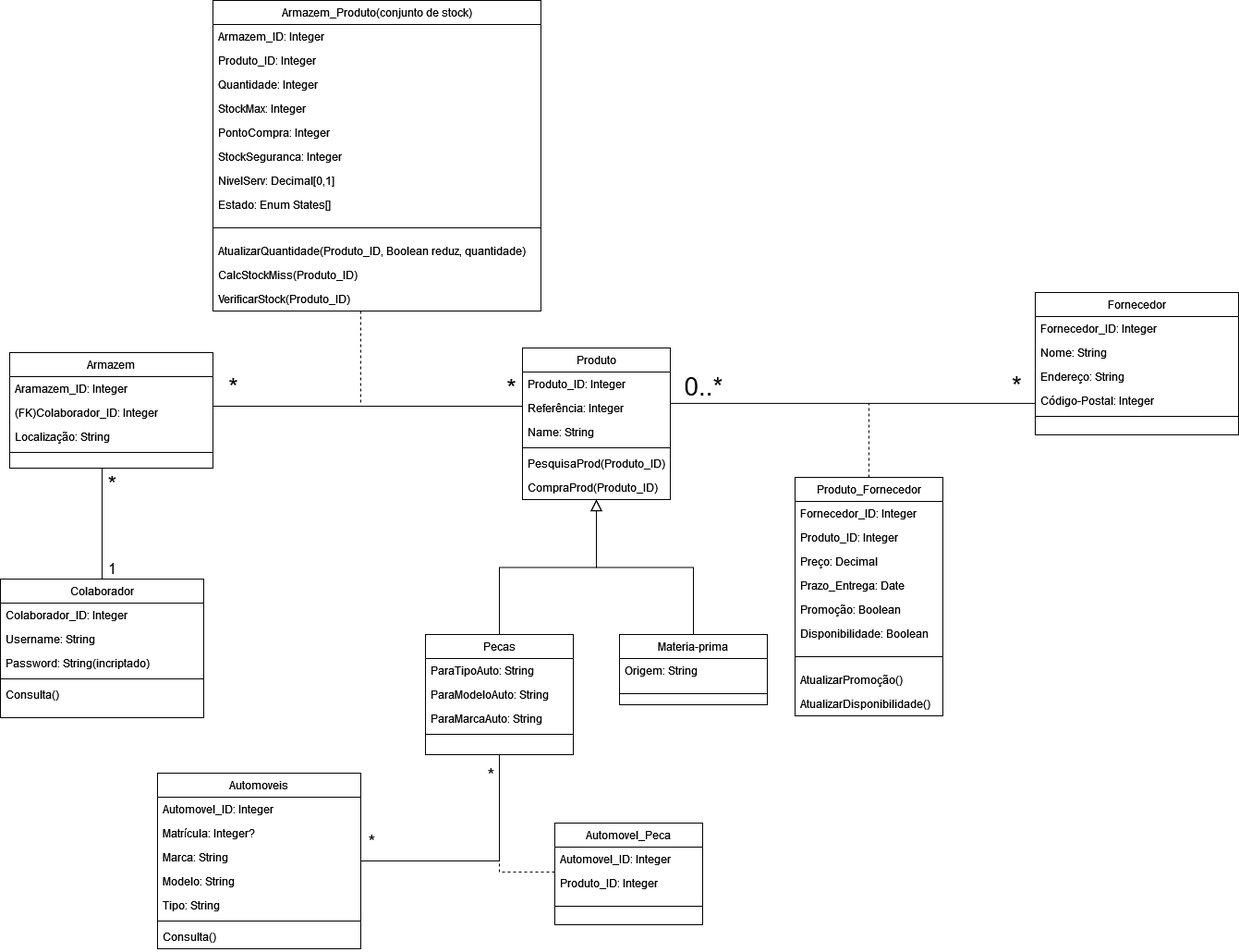
This is wwwroot/documents/Grupo2/RicardoAndrade/DiagramaClasse_CompraFornecedor_RicardoAndrade_1705258.png from noellopes/CarManufactoring, a draw.io export, as it was before one commit. Source tidied: cells renumbered, new cells last; positions are measured from the earlier drawing's top-left corner, leaving out a move shared by most shapes.
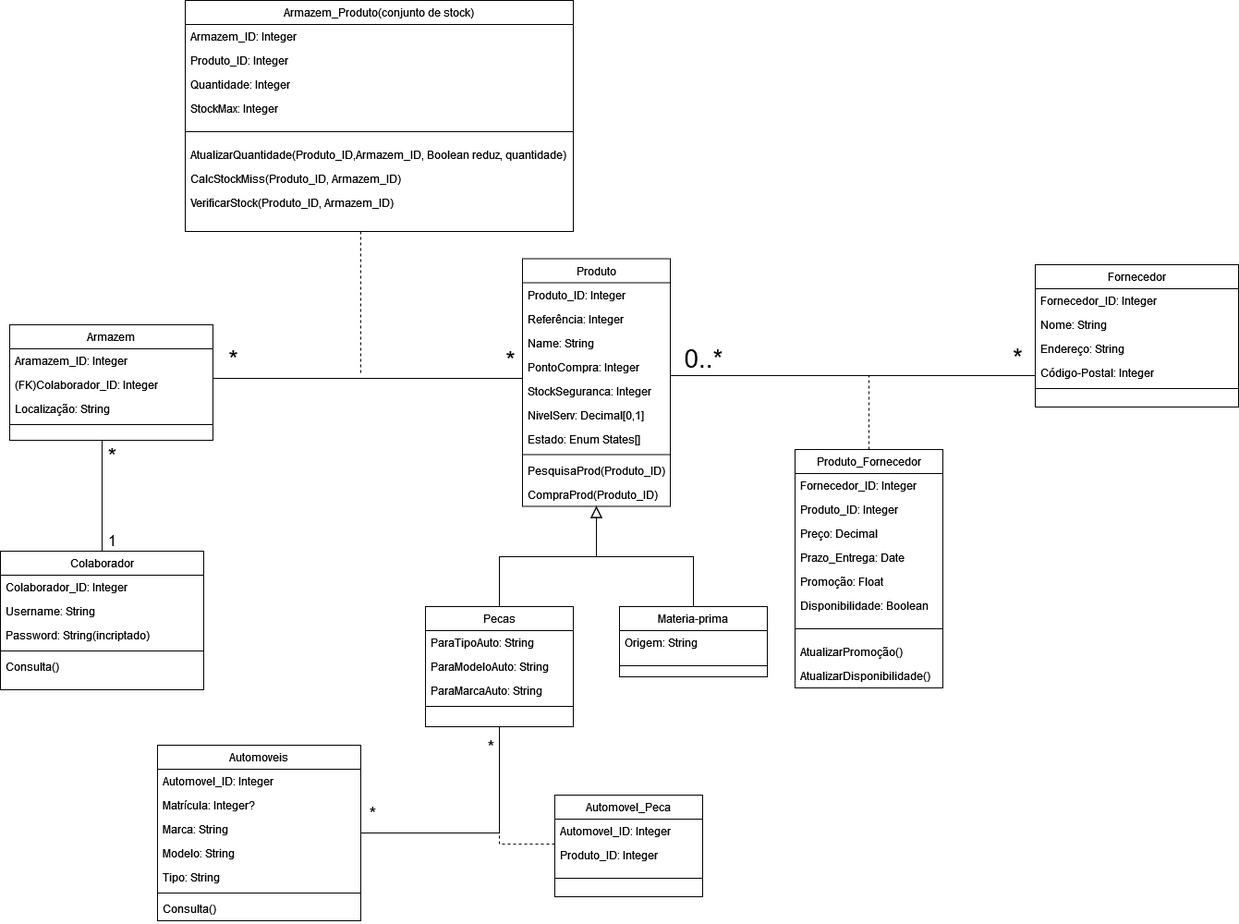
After the commit.

Commit message:
Updated Images with changes made in software engineering

What changed in the source:
```diff
@@ -3,7 +3,7 @@
     <mxCell id="0" />
     <mxCell id="1" parent="0" />
     <mxCell id="2" value="Produto" style="swimlane;fontStyle=0;align=center;verticalAlign=top;horizontal=1;startSize=26;rounded=0;shadow=0;strokeWidth=1;" parent="1" vertex="1">
-      <mxGeometry x="565" y="376" width="160" height="164" as="geometry" />
+      <mxGeometry x="565" y="309.5" width="160" height="268" as="geometry" />
     </mxCell>
     <mxCell id="3" value="Produto_ID: Integer" style="text;align=left;verticalAlign=top;spacingLeft=4;spacingRight=4;overflow=hidden;rounded=0;shadow=0;html=0;" parent="2" vertex="1">
       <mxGeometry y="26" width="160" height="26" as="geometry" />
@@ -14,14 +14,26 @@
     <mxCell id="5" value="Name: String" style="text;align=left;verticalAlign=top;spacingLeft=4;spacingRight=4;overflow=hidden;" parent="2" vertex="1">
       <mxGeometry y="78" width="160" height="26" as="geometry" />
     </mxCell>
+    <mxCell id="53" value="PontoCompra: Integer" style="text;align=left;verticalAlign=top;spacingLeft=4;spacingRight=4;overflow=hidden;" parent="2" vertex="1">
+      <mxGeometry y="104" width="160" height="26" as="geometry" />
+    </mxCell>
+    <mxCell id="54" value="StockSeguranca: Integer" style="text;align=left;verticalAlign=top;spacingLeft=4;spacingRight=4;overflow=hidden;" parent="2" vertex="1">
+      <mxGeometry y="130" width="160" height="26" as="geometry" />
+    </mxCell>
+    <mxCell id="55" value="NivelServ: Decimal[0,1]" style="text;align=left;verticalAlign=top;spacingLeft=4;spacingRight=4;overflow=hidden;" parent="2" vertex="1">
+      <mxGeometry y="156" width="160" height="26" as="geometry" />
+    </mxCell>
+    <mxCell id="56" value="Estado: Enum States[]" style="text;align=left;verticalAlign=top;spacingLeft=4;spacingRight=4;overflow=hidden;" parent="2" vertex="1">
+      <mxGeometry y="182" width="160" height="26" as="geometry" />
+    </mxCell>
     <mxCell id="6" style="line;html=1;strokeWidth=1;align=left;verticalAlign=middle;spacingTop=-1;spacingLeft=3;spacingRight=3;labelPosition=right;" parent="2" vertex="1">
-      <mxGeometry y="104" width="160" height="8" as="geometry" />
+      <mxGeometry y="208" width="160" height="8" as="geometry" />
     </mxCell>
     <mxCell id="7" value="PesquisaProd(Produto_ID)" style="text;align=left;verticalAlign=top;spacingLeft=4;spacingRight=4;overflow=hidden;" parent="2" vertex="1">
-      <mxGeometry y="112" width="160" height="26" as="geometry" />
+      <mxGeometry y="216" width="160" height="26" as="geometry" />
     </mxCell>
     <mxCell id="8" value="CompraProd(Produto_ID)" style="text;align=left;verticalAlign=top;spacingLeft=4;spacingRight=4;overflow=hidden;" parent="2" vertex="1">
-      <mxGeometry y="138" width="160" height="26" as="geometry" />
+      <mxGeometry y="242" width="160" height="26" as="geometry" />
     </mxCell>
     <mxCell id="9" value="Pecas" style="swimlane;fontStyle=0;align=center;verticalAlign=top;horizontal=1;startSize=26;rounded=0;shadow=0;strokeWidth=1;" parent="1" vertex="1">
       <mxGeometry x="460" y="686" width="160" height="130" as="geometry" />
@@ -104,7 +116,7 @@
     <mxCell id="32" value="Prazo_Entrega: Date" style="text;align=left;verticalAlign=top;spacingLeft=4;spacingRight=4;overflow=hidden;" parent="28" vertex="1">
       <mxGeometry y="104" width="160" height="26" as="geometry" />
     </mxCell>
-    <mxCell id="33" value="Promoção: Boolean" style="text;align=left;verticalAlign=top;spacingLeft=4;spacingRight=4;overflow=hidden;" parent="28" vertex="1">
+    <mxCell id="33" value="Promoção: Float" style="text;align=left;verticalAlign=top;spacingLeft=4;spacingRight=4;overflow=hidden;" parent="28" vertex="1">
       <mxGeometry y="130" width="160" height="26" as="geometry" />
     </mxCell>
     <mxCell id="34" value="Disponibilidade: Boolean" style="text;align=left;verticalAlign=top;spacingLeft=4;spacingRight=4;overflow=hidden;" parent="28" vertex="1">
@@ -167,43 +179,31 @@
       </mxGeometry>
     </mxCell>
     <mxCell id="48" value="Armazem_Produto(conjunto de stock)" style="swimlane;fontStyle=0;align=center;verticalAlign=top;horizontal=1;startSize=26;rounded=0;shadow=0;strokeWidth=1;" parent="1" vertex="1">
-      <mxGeometry x="230" width="355" height="336" as="geometry" />
+      <mxGeometry x="200" y="30" width="420" height="250" as="geometry" />
     </mxCell>
     <mxCell id="49" value="Armazem_ID: Integer" style="text;align=left;verticalAlign=top;spacingLeft=4;spacingRight=4;overflow=hidden;rounded=0;shadow=0;html=0;" parent="48" vertex="1">
-      <mxGeometry y="26" width="355" height="26" as="geometry" />
+      <mxGeometry y="26" width="420" height="26" as="geometry" />
     </mxCell>
     <mxCell id="50" value="Produto_ID: Integer" style="text;align=left;verticalAlign=top;spacingLeft=4;spacingRight=4;overflow=hidden;rounded=0;shadow=0;html=0;" parent="48" vertex="1">
-      <mxGeometry y="52" width="355" height="26" as="geometry" />
+      <mxGeometry y="52" width="420" height="26" as="geometry" />
     </mxCell>
     <mxCell id="51" value="Quantidade: Integer" style="text;align=left;verticalAlign=top;spacingLeft=4;spacingRight=4;overflow=hidden;" parent="48" vertex="1">
-      <mxGeometry y="78" width="355" height="26" as="geometry" />
+      <mxGeometry y="78" width="420" height="26" as="geometry" />
     </mxCell>
     <mxCell id="52" value="StockMax: Integer" style="text;align=left;verticalAlign=top;spacingLeft=4;spacingRight=4;overflow=hidden;" parent="48" vertex="1">
-      <mxGeometry y="104" width="355" height="26" as="geometry" />
+      <mxGeometry y="104" width="420" height="26" as="geometry" />
     </mxCell>
-    <mxCell id="53" value="PontoCompra: Integer" style="text;align=left;verticalAlign=top;spacingLeft=4;spacingRight=4;overflow=hidden;" parent="48" vertex="1">
-      <mxGeometry y="130" width="355" height="26" as="geometry" />
-    </mxCell>
-    <mxCell id="54" value="StockSeguranca: Integer" style="text;align=left;verticalAlign=top;spacingLeft=4;spacingRight=4;overflow=hidden;" parent="48" vertex="1">
-      <mxGeometry y="156" width="355" height="26" as="geometry" />
-    </mxCell>
-    <mxCell id="55" value="NivelServ: Decimal[0,1]" style="text;align=left;verticalAlign=top;spacingLeft=4;spacingRight=4;overflow=hidden;" parent="48" vertex="1">
-      <mxGeometry y="182" width="355" height="26" as="geometry" />
-    </mxCell>
-    <mxCell id="56" value="Estado: Enum States[]" style="text;align=left;verticalAlign=top;spacingLeft=4;spacingRight=4;overflow=hidden;" parent="48" vertex="1">
-      <mxGeometry y="208" width="355" height="26" as="geometry" />
-    </mxCell>
     <mxCell id="57" style="line;html=1;strokeWidth=1;align=left;verticalAlign=middle;spacingTop=-1;spacingLeft=3;spacingRight=3;labelPosition=right;" parent="48" vertex="1">
-      <mxGeometry y="234" width="355" height="24" as="geometry" />
+      <mxGeometry y="130" width="420" height="24" as="geometry" />
     </mxCell>
-    <mxCell id="58" value="AtualizarQuantidade(Produto_ID, Boolean reduz, quantidade)" style="text;align=left;verticalAlign=top;spacingLeft=4;spacingRight=4;overflow=hidden;" parent="48" vertex="1">
-      <mxGeometry y="258" width="355" height="26" as="geometry" />
+    <mxCell id="58" value="AtualizarQuantidade(Produto_ID,Armazem_ID, Boolean reduz, quantidade)" style="text;align=left;verticalAlign=top;spacingLeft=4;spacingRight=4;overflow=hidden;" parent="48" vertex="1">
+      <mxGeometry y="154" width="420" height="26" as="geometry" />
     </mxCell>
-    <mxCell id="59" value="CalcStockMiss(Produto_ID)" style="text;align=left;verticalAlign=top;spacingLeft=4;spacingRight=4;overflow=hidden;" parent="48" vertex="1">
-      <mxGeometry y="284" width="355" height="26" as="geometry" />
+    <mxCell id="59" value="CalcStockMiss(Produto_ID, Armazem_ID)" style="text;align=left;verticalAlign=top;spacingLeft=4;spacingRight=4;overflow=hidden;" parent="48" vertex="1">
+      <mxGeometry y="180" width="420" height="26" as="geometry" />
     </mxCell>
-    <mxCell id="60" value="VerificarStock(Produto_ID)" style="text;align=left;verticalAlign=top;spacingLeft=4;spacingRight=4;overflow=hidden;" parent="48" vertex="1">
-      <mxGeometry y="310" width="355" height="26" as="geometry" />
+    <mxCell id="60" value="VerificarStock(Produto_ID, Armazem_ID)" style="text;align=left;verticalAlign=top;spacingLeft=4;spacingRight=4;overflow=hidden;" parent="48" vertex="1">
+      <mxGeometry y="206" width="420" height="26" as="geometry" />
     </mxCell>
     <mxCell id="61" style="edgeStyle=orthogonalEdgeStyle;rounded=0;jettySize=auto;html=1;endArrow=none;endFill=0;" parent="1" edge="1" source="64" target="39">
       <mxGeometry relative="1" as="geometry">
```
